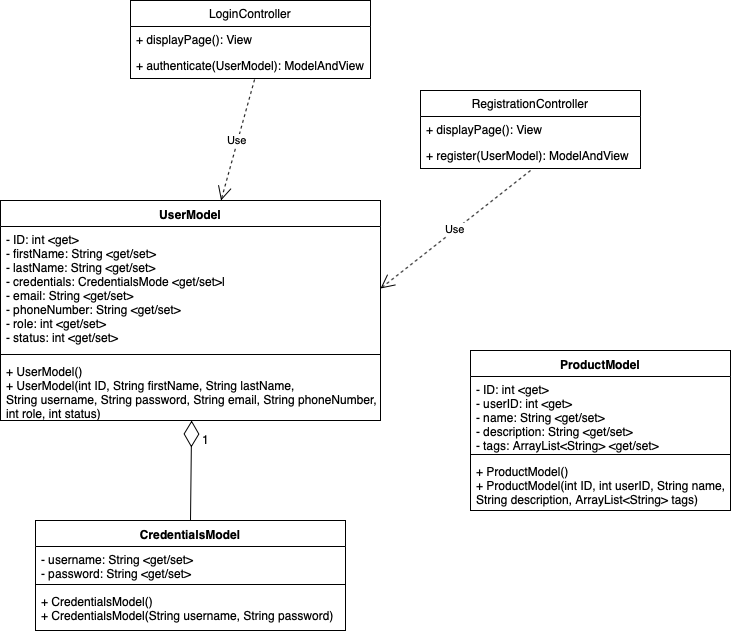
This is Documentation/uml.png from BradyBerner/SpringCLC, a draw.io export, as it was before one commit. Source tidied: cells renumbered, new cells last; positions are measured from the earlier drawing's top-left corner, leaving out a move shared by most shapes. The source it was exported from:
```xml
<mxGraphModel>
  <root>
    <mxCell id="0" />
    <mxCell id="1" parent="0" />
    <mxCell id="2" value="UserModel" style="swimlane;fontStyle=1;align=center;verticalAlign=top;horizontal=1;startSize=26;" parent="1" vertex="1">
      <mxGeometry y="200" width="380" height="220" as="geometry" />
    </mxCell>
    <mxCell id="3" value="- ID: int &lt;get&gt;&#10;- firstName: String &lt;get/set&gt;&#10;- lastName: String &lt;get/set&gt;&#10;- credentials: CredentialsMode &lt;get/set&gt;l&#10;- email: String &lt;get/set&gt;&#10;- phoneNumber: String &lt;get/set&gt;&#10;- role: int &lt;get/set&gt;&#10;- status: int &lt;get/set&gt;&#10;" style="text;strokeColor=none;fillColor=none;align=left;verticalAlign=top;spacingLeft=4;spacingRight=4;overflow=hidden;points=[[0,0.5],[1,0.5]];portConstraint=eastwest;" parent="2" vertex="1">
      <mxGeometry y="26" width="380" height="124" as="geometry" />
    </mxCell>
    <mxCell id="4" style="line;strokeWidth=1;fillColor=none;align=left;verticalAlign=middle;spacingTop=-1;spacingLeft=3;spacingRight=3;labelPosition=right;" parent="2" vertex="1">
      <mxGeometry y="150" width="380" height="8" as="geometry" />
    </mxCell>
    <mxCell id="5" value="+ UserModel()&#10;+ UserModel(int ID, String firstName, String lastName, &#10;String username, String password, String email, String phoneNumber, &#10;int role, int status)" style="text;strokeColor=none;fillColor=none;align=left;verticalAlign=top;spacingLeft=4;spacingRight=4;overflow=hidden;points=[[0,0.5],[1,0.5]];portConstraint=eastwest;" parent="2" vertex="1">
      <mxGeometry y="158" width="380" height="62" as="geometry" />
    </mxCell>
    <mxCell id="6" value="LoginController" style="swimlane;fontStyle=0;horizontal=1;startSize=26;fillColor=none;" parent="1" vertex="1">
      <mxGeometry x="130" width="240" height="78" as="geometry" />
    </mxCell>
    <mxCell id="7" value="+ displayPage(): View" style="text;strokeColor=none;fillColor=none;align=left;verticalAlign=top;spacingLeft=4;spacingRight=4;overflow=hidden;" parent="6" vertex="1">
      <mxGeometry y="26" width="240" height="26" as="geometry" />
    </mxCell>
    <mxCell id="8" value="+ authenticate(UserModel): ModelAndView" style="text;strokeColor=none;fillColor=none;align=left;verticalAlign=top;spacingLeft=4;spacingRight=4;overflow=hidden;points=[[0,0.5],[1,0.5]];portConstraint=eastwest;" parent="6" vertex="1">
      <mxGeometry y="52" width="240" height="26" as="geometry" />
    </mxCell>
    <mxCell id="9" value="RegistrationController" style="swimlane;fontStyle=0;horizontal=1;startSize=26;fillColor=none;" parent="1" vertex="1">
      <mxGeometry x="420" y="90" width="220" height="78" as="geometry" />
    </mxCell>
    <mxCell id="10" value="+ displayPage(): View" style="text;strokeColor=none;fillColor=none;align=left;verticalAlign=top;spacingLeft=4;spacingRight=4;overflow=hidden;" parent="9" vertex="1">
      <mxGeometry y="26" width="220" height="26" as="geometry" />
    </mxCell>
    <mxCell id="11" value="+ register(UserModel): ModelAndView" style="text;strokeColor=none;fillColor=none;align=left;verticalAlign=top;spacingLeft=4;spacingRight=4;overflow=hidden;" parent="9" vertex="1">
      <mxGeometry y="52" width="220" height="26" as="geometry" />
    </mxCell>
    <mxCell id="12" value="Use" style="endArrow=open;endSize=12;dashed=1;html=1;entryX=1;entryY=0.5;entryDx=0;entryDy=0;" parent="1" edge="1" target="3">
      <mxGeometry relative="1" as="geometry">
        <mxPoint x="530" y="170" as="sourcePoint" />
      </mxGeometry>
    </mxCell>
    <mxCell id="13" value="Use" style="endArrow=open;endSize=12;dashed=1;html=1;exitX=0.517;exitY=1.038;exitDx=0;exitDy=0;exitPerimeter=0;" parent="1" edge="1" source="8" target="2">
      <mxGeometry relative="1" as="geometry" />
    </mxCell>
    <mxCell id="14" value="CredentialsModel" style="swimlane;fontStyle=1;align=center;verticalAlign=top;horizontal=1;startSize=26;" parent="1" vertex="1">
      <mxGeometry x="35" y="520" width="310" height="110" as="geometry" />
    </mxCell>
    <mxCell id="15" value="- username: String &lt;get/set&gt;&#10;- password: String &lt;get/set&gt;" style="text;strokeColor=none;fillColor=none;align=left;verticalAlign=top;spacingLeft=4;spacingRight=4;overflow=hidden;" parent="14" vertex="1">
      <mxGeometry y="26" width="310" height="34" as="geometry" />
    </mxCell>
    <mxCell id="16" style="line;strokeWidth=1;fillColor=none;align=left;verticalAlign=middle;spacingTop=-1;spacingLeft=3;spacingRight=3;labelPosition=right;" parent="14" vertex="1">
      <mxGeometry y="60" width="310" height="8" as="geometry" />
    </mxCell>
    <mxCell id="17" value="+ CredentialsModel()&#10;+ CredentialsModel(String username, String password)" style="text;strokeColor=none;fillColor=none;align=left;verticalAlign=top;spacingLeft=4;spacingRight=4;overflow=hidden;" parent="14" vertex="1">
      <mxGeometry y="68" width="310" height="42" as="geometry" />
    </mxCell>
    <mxCell id="18" style="endArrow=diamondThin;endFill=0;endSize=24;html=1;exitX=0.5;exitY=0;exitDx=0;exitDy=0;entryX=0.503;entryY=1;entryDx=0;entryDy=0;entryPerimeter=0;" parent="1" edge="1" source="14" target="5">
      <mxGeometry relative="1" as="geometry" />
    </mxCell>
    <mxCell id="19" value="1" style="text;html=1;align=left;verticalAlign=top;spacingTop=-4;" parent="1" vertex="1">
      <mxGeometry x="200" y="430" width="20" height="20" as="geometry" />
    </mxCell>
    <mxCell id="20" value="ProductModel" style="swimlane;fontStyle=1;align=center;verticalAlign=top;horizontal=1;startSize=26;" parent="1" vertex="1">
      <mxGeometry x="470" y="350" width="260" height="160" as="geometry" />
    </mxCell>
    <mxCell id="21" value="- ID: int &lt;get&gt;&#10;- userID: int &lt;get&gt;&#10;- name: String &lt;get/set&gt;&#10;- description: String &lt;get/set&gt;&#10;- tags: ArrayList&lt;String&gt; &lt;get/set&gt;" style="text;strokeColor=none;fillColor=none;align=left;verticalAlign=top;spacingLeft=4;spacingRight=4;overflow=hidden;" parent="20" vertex="1">
      <mxGeometry y="26" width="260" height="74" as="geometry" />
    </mxCell>
    <mxCell id="22" style="line;strokeWidth=1;fillColor=none;align=left;verticalAlign=middle;spacingTop=-1;spacingLeft=3;spacingRight=3;labelPosition=right;" parent="20" vertex="1">
      <mxGeometry y="100" width="260" height="8" as="geometry" />
    </mxCell>
    <mxCell id="23" value="+ ProductModel()&#10;+ ProductModel(int ID, int userID, String name,&#10;String description, ArrayList&lt;String&gt; tags)" style="text;strokeColor=none;fillColor=none;align=left;verticalAlign=top;spacingLeft=4;spacingRight=4;overflow=hidden;" parent="20" vertex="1">
      <mxGeometry y="108" width="260" height="52" as="geometry" />
    </mxCell>
  </root>
</mxGraphModel>
```
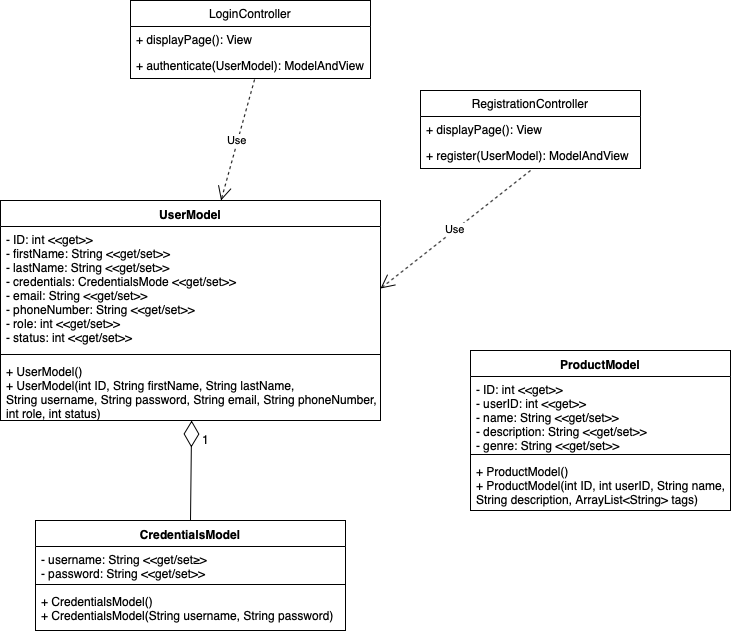
After the commit.

What changed in the source:
```diff
@@ -5,7 +5,7 @@
     <mxCell id="2" value="UserModel" style="swimlane;fontStyle=1;align=center;verticalAlign=top;horizontal=1;startSize=26;" parent="1" vertex="1">
       <mxGeometry y="200" width="380" height="220" as="geometry" />
     </mxCell>
-    <mxCell id="3" value="- ID: int &lt;get&gt;&#10;- firstName: String &lt;get/set&gt;&#10;- lastName: String &lt;get/set&gt;&#10;- credentials: CredentialsMode &lt;get/set&gt;l&#10;- email: String &lt;get/set&gt;&#10;- phoneNumber: String &lt;get/set&gt;&#10;- role: int &lt;get/set&gt;&#10;- status: int &lt;get/set&gt;&#10;" style="text;strokeColor=none;fillColor=none;align=left;verticalAlign=top;spacingLeft=4;spacingRight=4;overflow=hidden;points=[[0,0.5],[1,0.5]];portConstraint=eastwest;" parent="2" vertex="1">
+    <mxCell id="3" value="- ID: int &lt;&lt;get&gt;&gt;&#10;- firstName: String &lt;&lt;get/set&gt;&gt;&#10;- lastName: String &lt;&lt;get/set&gt;&gt;&#10;- credentials: CredentialsMode &lt;&lt;get/set&gt;&gt;&#10;- email: String &lt;&lt;get/set&gt;&gt;&#10;- phoneNumber: String &lt;&lt;get/set&gt;&gt;&#10;- role: int &lt;&lt;get/set&gt;&gt;&#10;- status: int &lt;&lt;get/set&gt;&gt;&#10;" style="text;strokeColor=none;fillColor=none;align=left;verticalAlign=top;spacingLeft=4;spacingRight=4;overflow=hidden;points=[[0,0.5],[1,0.5]];portConstraint=eastwest;" parent="2" vertex="1">
       <mxGeometry y="26" width="380" height="124" as="geometry" />
     </mxCell>
     <mxCell id="4" style="line;strokeWidth=1;fillColor=none;align=left;verticalAlign=middle;spacingTop=-1;spacingLeft=3;spacingRight=3;labelPosition=right;" parent="2" vertex="1">
@@ -43,7 +43,7 @@
     <mxCell id="14" value="CredentialsModel" style="swimlane;fontStyle=1;align=center;verticalAlign=top;horizontal=1;startSize=26;" parent="1" vertex="1">
       <mxGeometry x="35" y="520" width="310" height="110" as="geometry" />
     </mxCell>
-    <mxCell id="15" value="- username: String &lt;get/set&gt;&#10;- password: String &lt;get/set&gt;" style="text;strokeColor=none;fillColor=none;align=left;verticalAlign=top;spacingLeft=4;spacingRight=4;overflow=hidden;" parent="14" vertex="1">
+    <mxCell id="15" value="- username: String &lt;&lt;get/set≥&gt;&#10;- password: String &lt;&lt;get/set&gt;&gt;" style="text;strokeColor=none;fillColor=none;align=left;verticalAlign=top;spacingLeft=4;spacingRight=4;overflow=hidden;" parent="14" vertex="1">
       <mxGeometry y="26" width="310" height="34" as="geometry" />
     </mxCell>
     <mxCell id="16" style="line;strokeWidth=1;fillColor=none;align=left;verticalAlign=middle;spacingTop=-1;spacingLeft=3;spacingRight=3;labelPosition=right;" parent="14" vertex="1">
@@ -61,7 +61,7 @@
     <mxCell id="20" value="ProductModel" style="swimlane;fontStyle=1;align=center;verticalAlign=top;horizontal=1;startSize=26;" parent="1" vertex="1">
       <mxGeometry x="470" y="350" width="260" height="160" as="geometry" />
     </mxCell>
-    <mxCell id="21" value="- ID: int &lt;get&gt;&#10;- userID: int &lt;get&gt;&#10;- name: String &lt;get/set&gt;&#10;- description: String &lt;get/set&gt;&#10;- tags: ArrayList&lt;String&gt; &lt;get/set&gt;" style="text;strokeColor=none;fillColor=none;align=left;verticalAlign=top;spacingLeft=4;spacingRight=4;overflow=hidden;" parent="20" vertex="1">
+    <mxCell id="21" value="- ID: int &lt;&lt;get&gt;&gt;&#10;- userID: int &lt;&lt;get&gt;&gt;&#10;- name: String &lt;&lt;get/set&gt;&gt;&#10;- description: String &lt;&lt;get/set&gt;&gt;&#10;- genre: String &lt;&lt;get/set&gt;&gt;" style="text;strokeColor=none;fillColor=none;align=left;verticalAlign=top;spacingLeft=4;spacingRight=4;overflow=hidden;" parent="20" vertex="1">
       <mxGeometry y="26" width="260" height="74" as="geometry" />
     </mxCell>
     <mxCell id="22" style="line;strokeWidth=1;fillColor=none;align=left;verticalAlign=middle;spacingTop=-1;spacingLeft=3;spacingRight=3;labelPosition=right;" parent="20" vertex="1">
```
